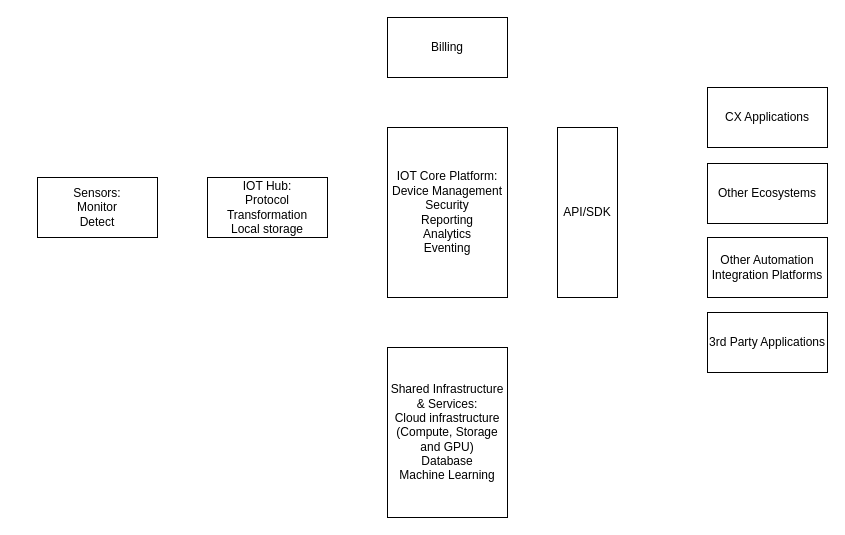
Above: page "Concept-High Level Components" (5 of 5) of ConceptsAndLogos-High Level Components.drawio in ruibinghao/SCTE-homework (draw.io), before the change. Source tidied: cells renumbered, new cells numbered last; positions are measured from the earlier drawing's top-left corner, leaving out a move shared by most shapes. Both pictures are drawn from the tidied source at 100%, with x=0, y=0 at pixel (37, 17).
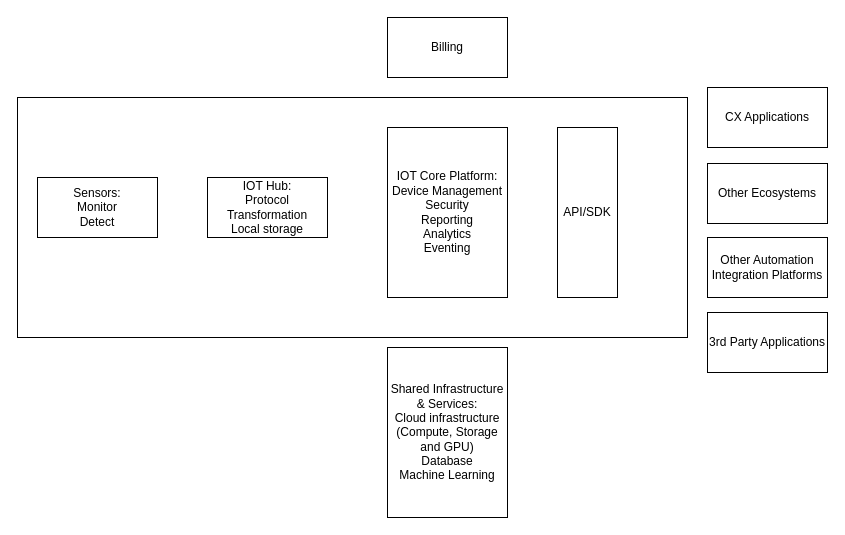
Above is the later version.

Diff of the diagram source:
```diff
@@
 <mxGraphModel>
   <root>
     <mxCell id="0" />
     <mxCell id="1" parent="0" />
+    <mxCell id="12" style="rounded=0;whiteSpace=wrap;html=1;" parent="1" vertex="1">
+      <mxGeometry x="-20" y="80" width="670" height="240" as="geometry" />
+    </mxCell>
     <mxCell id="2" value="Sensors:&lt;br&gt;Monitor&lt;br&gt;Detect" style="rounded=0;whiteSpace=wrap;html=1;" parent="1" vertex="1">
       <mxGeometry y="160" width="120" height="60" as="geometry" />
     </mxCell>
     <mxCell id="3" value="IOT Hub:&lt;br&gt;Protocol&lt;br&gt;Transformation&lt;br&gt;Local storage" style="rounded=0;whiteSpace=wrap;html=1;" parent="1" vertex="1">
       <mxGeometry x="170" y="160" width="120" height="60" as="geometry" />
     </mxCell>
     <mxCell id="4" value="IOT Core Platform:&lt;br&gt;Device Management&lt;br&gt;Security&lt;br&gt;Reporting&lt;br&gt;Analytics&lt;br&gt;Eventing" style="rounded=0;whiteSpace=wrap;html=1;" parent="1" vertex="1">
       <mxGeometry x="350" y="110" width="120" height="170" as="geometry" />
     </mxCell>
     <mxCell id="5" value="Shared Infrastructure &amp;amp; Services:&lt;br&gt;Cloud infrastructure (Compute, Storage and GPU)&lt;br&gt;Database&lt;br&gt;Machine Learning" style="rounded=0;whiteSpace=wrap;html=1;" parent="1" vertex="1">
       <mxGeometry x="350" y="330" width="120" height="170" as="geometry" />
     </mxCell>
     <mxCell id="6" value="CX Applications" style="rounded=0;whiteSpace=wrap;html=1;" parent="1" vertex="1">
       <mxGeometry x="670" y="70" width="120" height="60" as="geometry" />
     </mxCell>
     <mxCell id="7" value="Other Ecosystems" style="rounded=0;whiteSpace=wrap;html=1;" parent="1" vertex="1">
       <mxGeometry x="670" y="146" width="120" height="60" as="geometry" />
     </mxCell>
     <mxCell id="8" value="3rd Party Applications" style="rounded=0;whiteSpace=wrap;html=1;" parent="1" vertex="1">
       <mxGeometry x="670" y="295" width="120" height="60" as="geometry" />
     </mxCell>
     <mxCell id="9" value="Other Automation Integration Platforms" style="rounded=0;whiteSpace=wrap;html=1;" parent="1" vertex="1">
       <mxGeometry x="670" y="220" width="120" height="60" as="geometry" />
     </mxCell>
     <mxCell id="10" value="Billing" style="rounded=0;whiteSpace=wrap;html=1;" parent="1" vertex="1">
       <mxGeometry x="350" width="120" height="60" as="geometry" />
     </mxCell>
     <mxCell id="11" value="API/SDK" style="rounded=0;whiteSpace=wrap;html=1;" parent="1" vertex="1">
       <mxGeometry x="520" y="110" width="60" height="170" as="geometry" />
     </mxCell>
   </root>
 </mxGraphModel>
```
